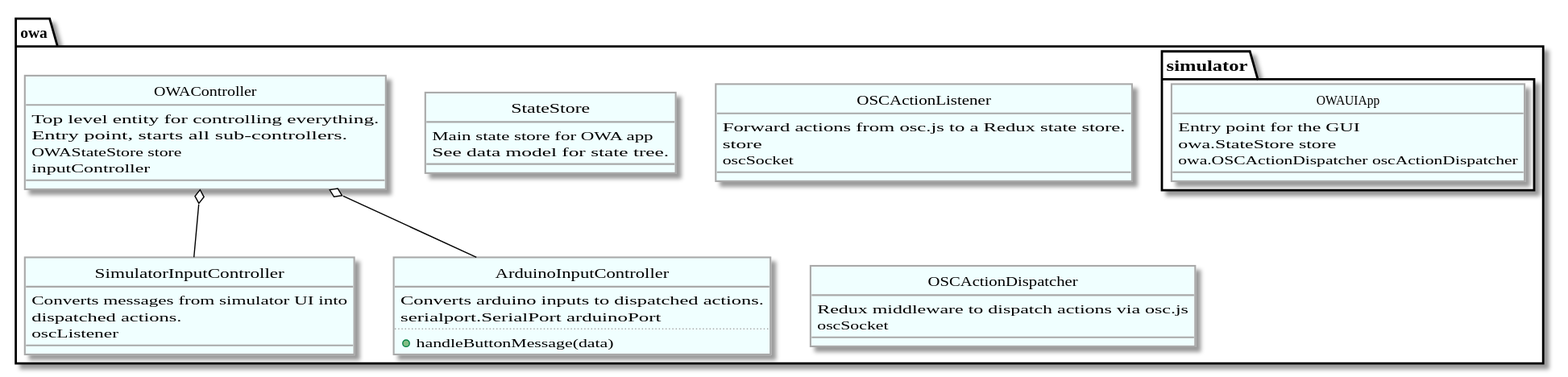
awakeningio/owa keeps this PlantUML diagram as docs/architecture_overview.svg. Above is the earlier version.
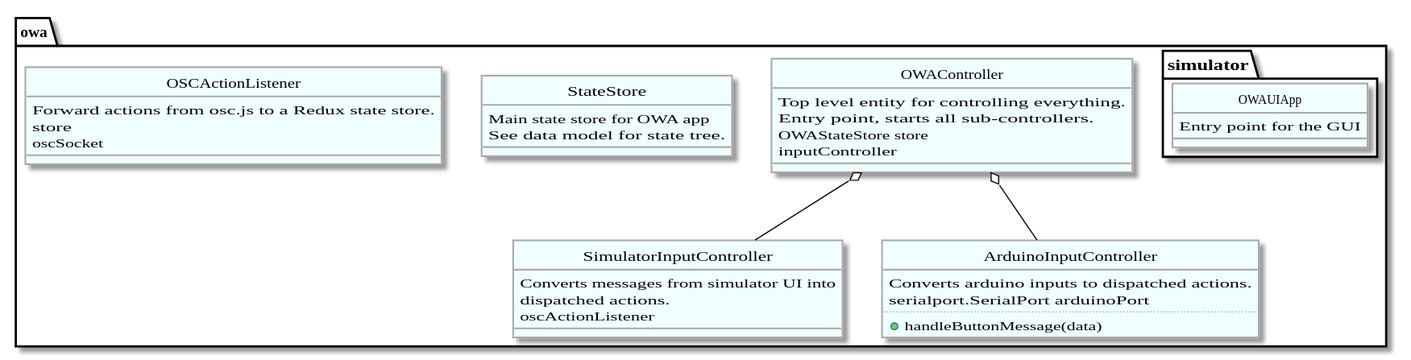
The same file after the commit.

The edit, as a diff of the source:
```diff
@@ -54,9 +54,7 @@
     Converts messages from simulator UI into
     dispatched actions.
 
-    oscListener
-
-
+    oscActionListener
   }
   OWAController o-- SimulatorInputController
 
@@ -82,18 +80,12 @@
     oscSocket
   }
 
-  class OSCActionDispatcher {
-    Redux middleware to dispatch actions via osc.js
 
-    oscSocket
-  }
 
   namespace simulator {
     class OWAUIApp {
       Entry point for the GUI
 
-      owa.StateStore store
-      owa.OSCActionDispatcher oscActionDispatcher
     }
   }
 
```
